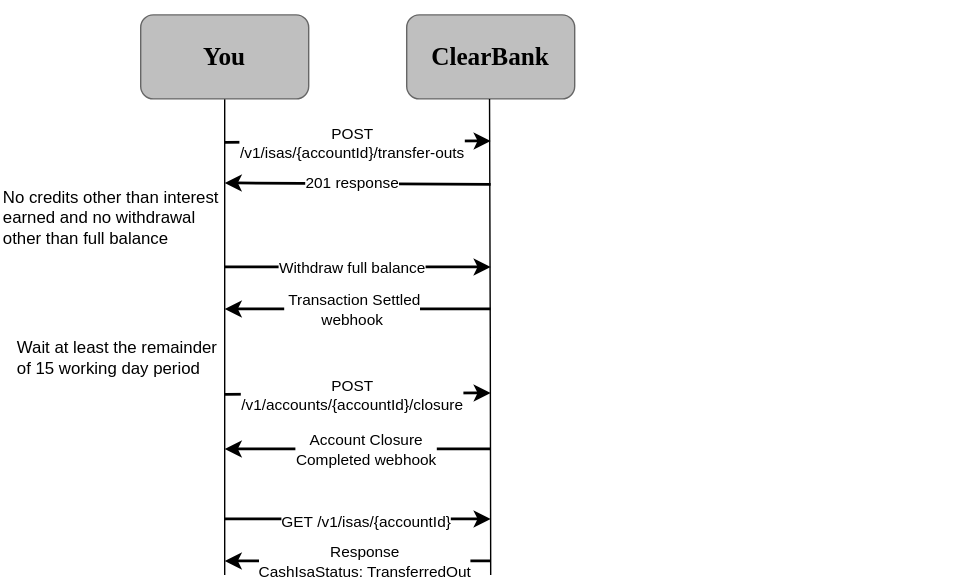
The draw.io diagram static/assets/images/cash-isa-transfer-out.svg in clearbank/clearbank.github.io, before a commit. Source tidied: cells renumbered, new cells last; positions are measured from the earlier drawing's top-left corner, leaving out a move shared by most shapes.
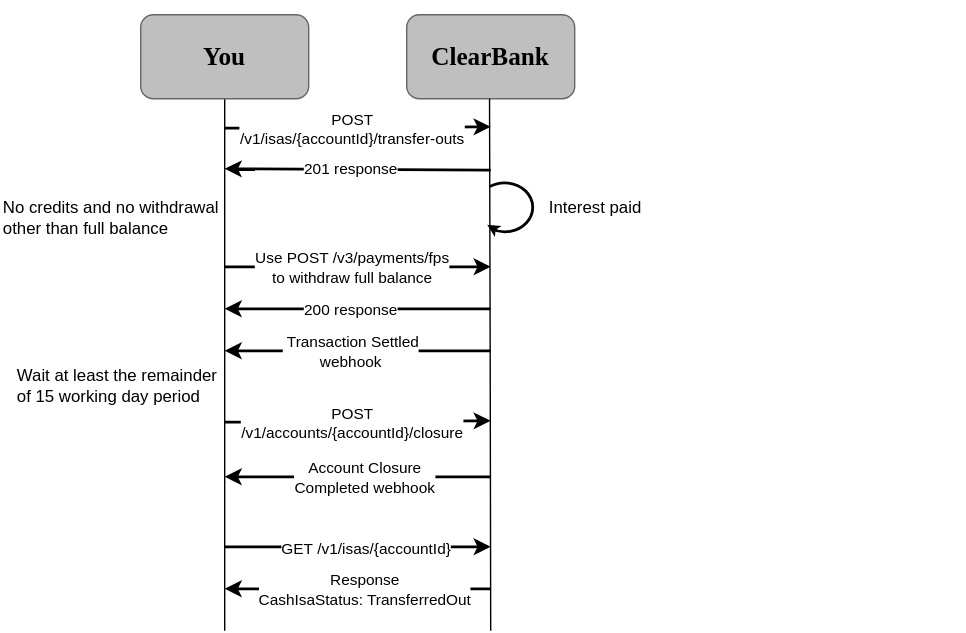
Above is the later version.

Diff of the diagram source:
```diff
@@ -7,8 +7,8 @@
     </mxCell>
     <mxCell id="3" style="endArrow=classic;html=1;rounded=0;strokeWidth=2;" parent="1" edge="1">
       <mxGeometry relative="1" as="geometry">
-        <mxPoint x="350" y="131" as="sourcePoint" />
-        <mxPoint x="160" y="130" as="targetPoint" />
+        <mxPoint x="350" y="121" as="sourcePoint" />
+        <mxPoint x="160" y="120" as="targetPoint" />
       </mxGeometry>
     </mxCell>
     <mxCell id="4" value="201 response" style="edgeLabel;html=1;align=center;verticalAlign=middle;" parent="3" vertex="1">
@@ -18,8 +18,8 @@
     </mxCell>
     <mxCell id="5" style="endArrow=classic;html=1;rounded=0;strokeWidth=2;" parent="1" edge="1">
       <mxGeometry relative="1" as="geometry">
-        <mxPoint x="350" y="220" as="sourcePoint" />
-        <mxPoint x="160" y="220" as="targetPoint" />
+        <mxPoint x="350" y="250" as="sourcePoint" />
+        <mxPoint x="160" y="250" as="targetPoint" />
       </mxGeometry>
     </mxCell>
     <mxCell id="6" value="&amp;nbsp;Transaction Settled&lt;br&gt;&amp;nbsp;webhook&amp;nbsp;" style="edgeLabel;html=1;align=center;verticalAlign=middle;" parent="5" vertex="1">
@@ -28,17 +28,17 @@
       </mxGeometry>
     </mxCell>
     <mxCell id="7" value="Wait at least the remainder of 15 working day period" style="text;html=1;strokeColor=none;fillColor=none;align=left;verticalAlign=middle;whiteSpace=wrap;rounded=0;" parent="1" vertex="1">
-      <mxGeometry x="10" y="220" width="150" height="70" as="geometry" />
+      <mxGeometry x="10" y="240" width="150" height="70" as="geometry" />
     </mxCell>
     <mxCell id="8" style="edgeStyle=orthogonalEdgeStyle;rounded=0;orthogonalLoop=1;jettySize=auto;html=1;endArrow=none;endFill=0;" parent="1" edge="1">
       <mxGeometry relative="1" as="geometry">
         <mxPoint x="349.2" y="70" as="sourcePoint" />
-        <mxPoint x="350" y="410" as="targetPoint" />
+        <mxPoint x="350" y="450" as="targetPoint" />
       </mxGeometry>
     </mxCell>
     <mxCell id="9" style="edgeStyle=orthogonalEdgeStyle;rounded=0;jettySize=auto;html=1;endArrow=none;endFill=0;" parent="1" edge="1" source="10">
       <mxGeometry relative="1" as="geometry">
-        <mxPoint x="160" y="410" as="targetPoint" />
+        <mxPoint x="160" y="450" as="targetPoint" />
       </mxGeometry>
     </mxCell>
     <mxCell id="10" value="You" style="rounded=1;whiteSpace=wrap;html=1;strokeColor=#666666;fillColor=#BFBFBF;gradientColor=none;fontFamily=Clear Sans Display;fontStyle=1;fontSize=18;" parent="1" vertex="1">
@@ -46,8 +46,8 @@
     </mxCell>
     <mxCell id="11" style="endArrow=classic;html=1;rounded=0;strokeWidth=2;" parent="1" edge="1">
       <mxGeometry relative="1" as="geometry">
-        <mxPoint x="160" y="101" as="sourcePoint" />
-        <mxPoint x="350" y="100" as="targetPoint" />
+        <mxPoint x="160" y="91" as="sourcePoint" />
+        <mxPoint x="350" y="90" as="targetPoint" />
       </mxGeometry>
     </mxCell>
     <mxCell id="12" value="POST&lt;br&gt;/v1/isas/{accountId}/transfer-outs" style="edgeLabel;html=1;align=center;verticalAlign=middle;" parent="11" vertex="1">
@@ -57,10 +57,10 @@
     </mxCell>
     <mxCell id="13" style="endArrow=classic;html=1;rounded=0;strokeWidth=2;" parent="1" edge="1">
       <mxGeometry relative="1" as="geometry">
-        <mxPoint x="160" y="370" as="sourcePoint" />
-        <mxPoint x="350" y="370" as="targetPoint" />
+        <mxPoint x="160" y="390" as="sourcePoint" />
+        <mxPoint x="350" y="390" as="targetPoint" />
         <Array as="points">
-          <mxPoint x="250" y="370" />
+          <mxPoint x="250" y="390" />
         </Array>
       </mxGeometry>
     </mxCell>
@@ -71,10 +71,10 @@
     </mxCell>
     <mxCell id="15" style="endArrow=classic;html=1;rounded=0;strokeWidth=2;" parent="1" edge="1">
       <mxGeometry relative="1" as="geometry">
-        <mxPoint x="250" y="400" as="sourcePoint" />
-        <mxPoint x="160" y="400" as="targetPoint" />
+        <mxPoint x="250" y="420" as="sourcePoint" />
+        <mxPoint x="160" y="420" as="targetPoint" />
         <Array as="points">
-          <mxPoint x="350" y="400" />
+          <mxPoint x="350" y="420" />
         </Array>
       </mxGeometry>
     </mxCell>
@@ -85,8 +85,8 @@
     </mxCell>
     <mxCell id="17" style="endArrow=classic;html=1;rounded=0;strokeWidth=2;" parent="1" edge="1">
       <mxGeometry relative="1" as="geometry">
-        <mxPoint x="160" y="281" as="sourcePoint" />
-        <mxPoint x="350" y="280" as="targetPoint" />
+        <mxPoint x="160" y="301" as="sourcePoint" />
+        <mxPoint x="350" y="300" as="targetPoint" />
       </mxGeometry>
     </mxCell>
     <mxCell id="18" value="POST&lt;br&gt;/v1/accounts/{accountId}/closure" style="edgeLabel;html=1;align=center;verticalAlign=middle;" parent="17" vertex="1">
@@ -100,15 +100,15 @@
         <mxPoint x="350" y="190" as="targetPoint" />
       </mxGeometry>
     </mxCell>
-    <mxCell id="20" value="Withdraw full balance" style="edgeLabel;html=1;align=center;verticalAlign=middle;" parent="19" vertex="1">
+    <mxCell id="20" value="Use POST /v3/payments/fps&lt;br&gt;to withdraw full balance" style="edgeLabel;html=1;align=center;verticalAlign=middle;" parent="19" vertex="1">
       <mxGeometry x="0.09" y="-1" relative="1" as="geometry">
         <mxPoint x="-13" y="-1" as="offset" />
       </mxGeometry>
     </mxCell>
     <mxCell id="21" style="endArrow=classic;html=1;rounded=0;strokeWidth=2;" parent="1" edge="1">
       <mxGeometry relative="1" as="geometry">
-        <mxPoint x="350" y="320" as="sourcePoint" />
-        <mxPoint x="160" y="320" as="targetPoint" />
+        <mxPoint x="350" y="340" as="sourcePoint" />
+        <mxPoint x="160" y="340" as="targetPoint" />
       </mxGeometry>
     </mxCell>
     <mxCell id="22" value="Account Closure&lt;br&gt;Completed webhook" style="edgeLabel;html=1;align=center;verticalAlign=middle;" parent="21" vertex="1">
@@ -116,7 +116,7 @@
         <mxPoint x="13" y="1" as="offset" />
       </mxGeometry>
     </mxCell>
-    <mxCell id="23" value="No credits other than interest earned and no withdrawal other than full balance" style="text;html=1;strokeColor=none;fillColor=none;align=left;verticalAlign=middle;whiteSpace=wrap;rounded=0;" parent="1" vertex="1">
+    <mxCell id="23" value="No credits and no withdrawal other than full balance" style="text;html=1;strokeColor=none;fillColor=none;align=left;verticalAlign=middle;whiteSpace=wrap;rounded=0;" parent="1" vertex="1">
       <mxGeometry y="120" width="160" height="70" as="geometry" />
     </mxCell>
     <mxCell id="24" style="rounded=1;whiteSpace=wrap;html=1;fillColor=none;strokeColor=none;" parent="1" vertex="1">
@@ -125,5 +125,31 @@
     <mxCell id="25" style="rounded=0;whiteSpace=wrap;html=1;strokeColor=none;fillColor=none;" parent="1" vertex="1">
       <mxGeometry x="200" width="120" height="10" as="geometry" />
     </mxCell>
+    <mxCell id="26" style="endArrow=classic;html=1;rounded=0;strokeWidth=2;" parent="1" edge="1">
+      <mxGeometry relative="1" as="geometry">
+        <mxPoint x="350" y="220" as="sourcePoint" />
+        <mxPoint x="160" y="220" as="targetPoint" />
+      </mxGeometry>
+    </mxCell>
+    <mxCell id="27" value="200 response" style="edgeLabel;html=1;align=center;verticalAlign=middle;" parent="26" vertex="1">
+      <mxGeometry x="0.09" y="-1" relative="1" as="geometry">
+        <mxPoint x="3" y="1" as="offset" />
+      </mxGeometry>
+    </mxCell>
+    <mxCell id="28" style="verticalLabelPosition=bottom;endArrow=classic;verticalAlign=top;html=1;shape=mxgraph.basic.arc;startAngle=0.40980224363653195;endAngle=0.0794734990721256;rotation=-180;strokeWidth=2;gradientColor=none;" parent="1" vertex="1">
+      <mxGeometry x="340" y="130" width="40" height="35" as="geometry" />
+    </mxCell>
+    <mxCell id="29" style="endArrow=classic;html=1;rounded=0;" parent="1" edge="1">
+      <mxGeometry relative="1" as="geometry">
+        <mxPoint x="352.5" y="163" as="sourcePoint" />
+        <mxPoint x="348" y="160" as="targetPoint" />
+        <Array as="points">
+          <mxPoint x="347.5" y="160" />
+        </Array>
+      </mxGeometry>
+    </mxCell>
+    <mxCell id="30" value="Interest paid" style="text;html=1;strokeColor=none;fillColor=none;align=left;verticalAlign=middle;whiteSpace=wrap;rounded=0;" parent="1" vertex="1">
+      <mxGeometry x="390" y="112.5" width="160" height="70" as="geometry" />
+    </mxCell>
   </root>
 </mxGraphModel>
```
